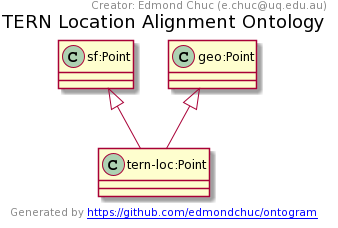
Earlier version of the PlantUML export docs/tern-loc.ttl.txt.png (ternaustralia/ontology_tern-loc).
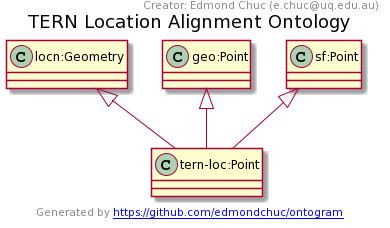
Later version of the same file.

Diff of the diagram source:
```diff
@@ -1,7 +1,8 @@
 @startuml
 title TERN Location Alignment Ontology
+"locn:Geometry" <|-- "tern-loc:Point"
+"geo:Point" <|-- "tern-loc:Point"
 "sf:Point" <|-- "tern-loc:Point"
-"geo:Point" <|-- "tern-loc:Point"
 Class "tern-loc:Point" [[https://w3id.org/tern/ontologies/loc/Point]] {
 }
 header
```
